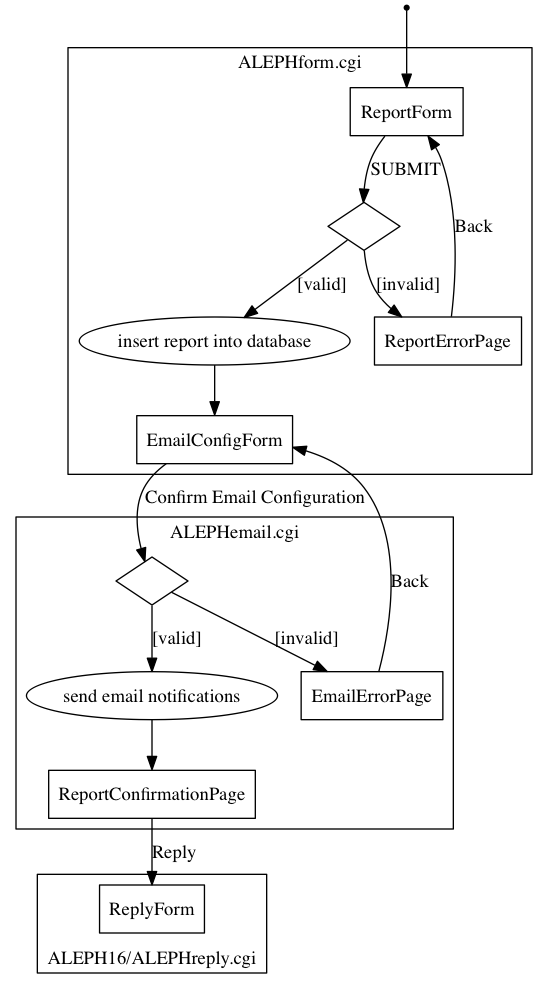
Earlier version of the Graphviz export docs/submit.png (umd-lib/alephrx). Its source is kept beside it as docs/submit.dot. The source it was exported from:
```dot

digraph {
    node [
        shape = rect
    ]
    ReportForm
    EmailConfigForm
    ReportErrorPage
    EmailErrorPage
    ReportConfirmationPage
    ReplyForm

    node [
        shape = ellipse
    ]
    insert_report [ label = "insert report into database" ]
    send_email [ label = "send email notifications" ]

    node [
        shape = diamond
        label = ""
    ]
    validate_report
    validate_email

    start [ shape = point ]
    start -> ReportForm

    ReportForm -> validate_report [ label = "SUBMIT" ]
    validate_report -> ReportErrorPage [ label = "[invalid]" ]
    ReportErrorPage -> ReportForm [ label = "Back" ]
    validate_report -> insert_report [ label = "[valid]" ]
    insert_report -> EmailConfigForm

    EmailConfigForm -> validate_email [ label = "Confirm Email Configuration" ]
    validate_email -> EmailErrorPage [ label = "[invalid]" ]
    EmailErrorPage -> EmailConfigForm [ label = "Back" ]
    validate_email -> send_email [ label = "[valid]" ]
    send_email -> ReportConfirmationPage

    ReportConfirmationPage -> ReplyForm [ label = "Reply" ]

    subgraph cluster_0 {
        label = "ALEPHform.cgi"
        ReportForm
        EmailConfigForm
        ReportErrorPage
        validate_report
        insert_report
    }
    subgraph cluster_1 {
        label = "ALEPHemail.cgi"
        validate_email
        EmailErrorPage
        send_email
        ReportConfirmationPage
    }
    subgraph cluster_2 {
        label = "ALEPH16/ALEPHreply.cgi"
        labelloc = b
        ReplyForm
    }
}
```
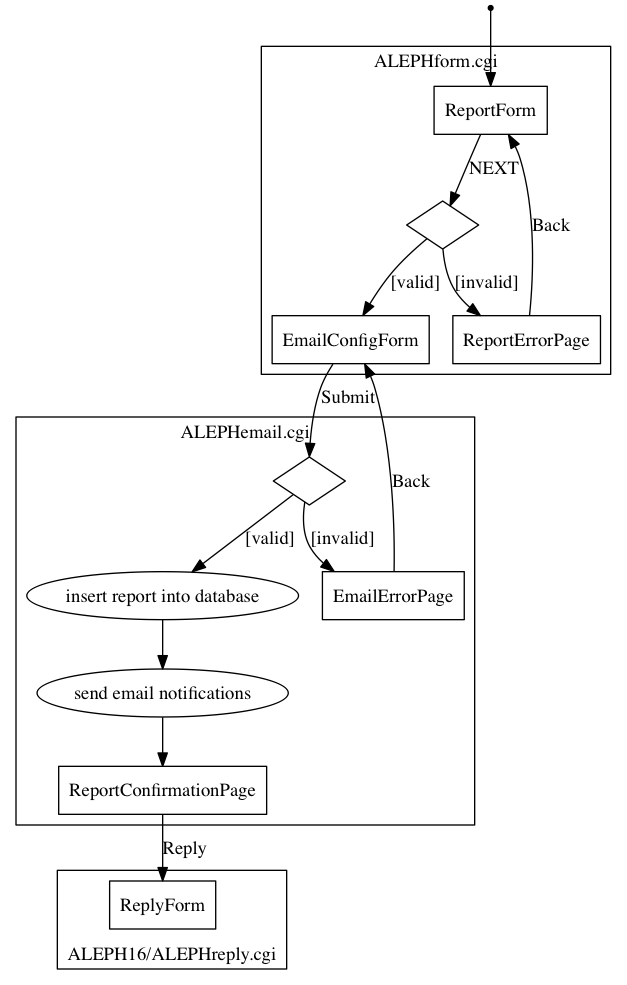
Above is the later version.

Commit message:
LIBILS-61 Update "submit" flowchart diagram

Updated "submit" flowchart diagram to reflect change in when the record
is inserted into the database.

The edit, as a diff of the source:
```diff
@@ -26,16 +26,16 @@
     start [ shape = point ]
     start -> ReportForm
 
-    ReportForm -> validate_report [ label = "SUBMIT" ]
+    ReportForm -> validate_report [ label = "NEXT" ]
     validate_report -> ReportErrorPage [ label = "[invalid]" ]
     ReportErrorPage -> ReportForm [ label = "Back" ]
-    validate_report -> insert_report [ label = "[valid]" ]
-    insert_report -> EmailConfigForm
+    validate_report -> EmailConfigForm [ label = "[valid]" ]
 
-    EmailConfigForm -> validate_email [ label = "Confirm Email Configuration" ]
+    EmailConfigForm -> validate_email [ label = "Submit" ]
     validate_email -> EmailErrorPage [ label = "[invalid]" ]
     EmailErrorPage -> EmailConfigForm [ label = "Back" ]
-    validate_email -> send_email [ label = "[valid]" ]
+    validate_email -> insert_report [ label = "[valid]" ]
+    insert_report -> send_email
     send_email -> ReportConfirmationPage
 
     ReportConfirmationPage -> ReplyForm [ label = "Reply" ]
@@ -46,12 +46,12 @@
         EmailConfigForm
         ReportErrorPage
         validate_report
-        insert_report
     }
     subgraph cluster_1 {
         label = "ALEPHemail.cgi"
         validate_email
         EmailErrorPage
+        insert_report
         send_email
         ReportConfirmationPage
     }
```
